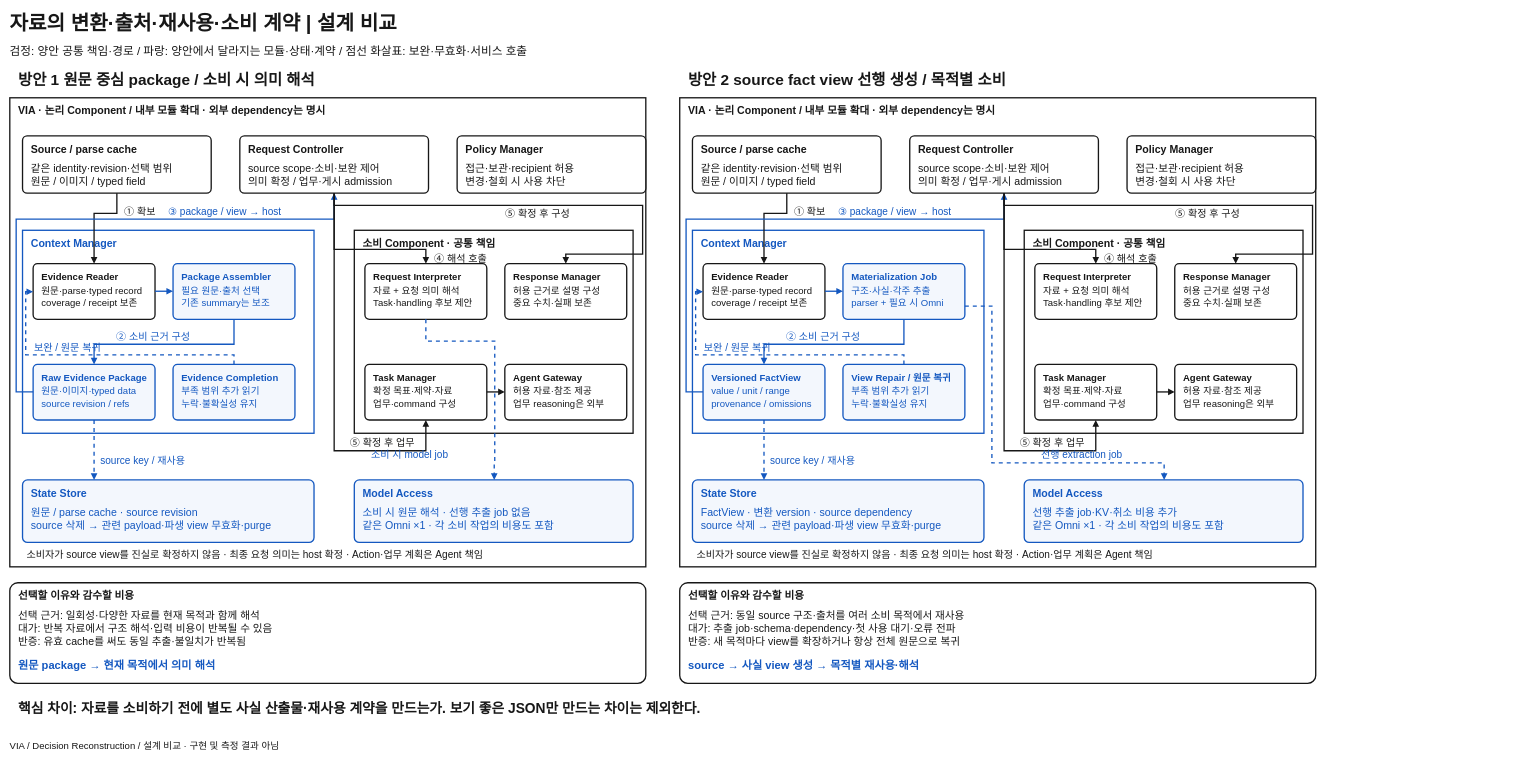
Above: docs/architecture/12-decisions/decision-packages/diagrams/context-representation-pipeline-comparison.drawio in cbyche/via-sw-architecture (draw.io), before the change. Source tidied: cells renumbered, new cells numbered last; positions are measured from the earlier drawing's top-left corner, leaving out a move shared by most shapes. Both pictures are drawn from the tidied source at 53%, with x=0, y=0 at pixel (10, 9).
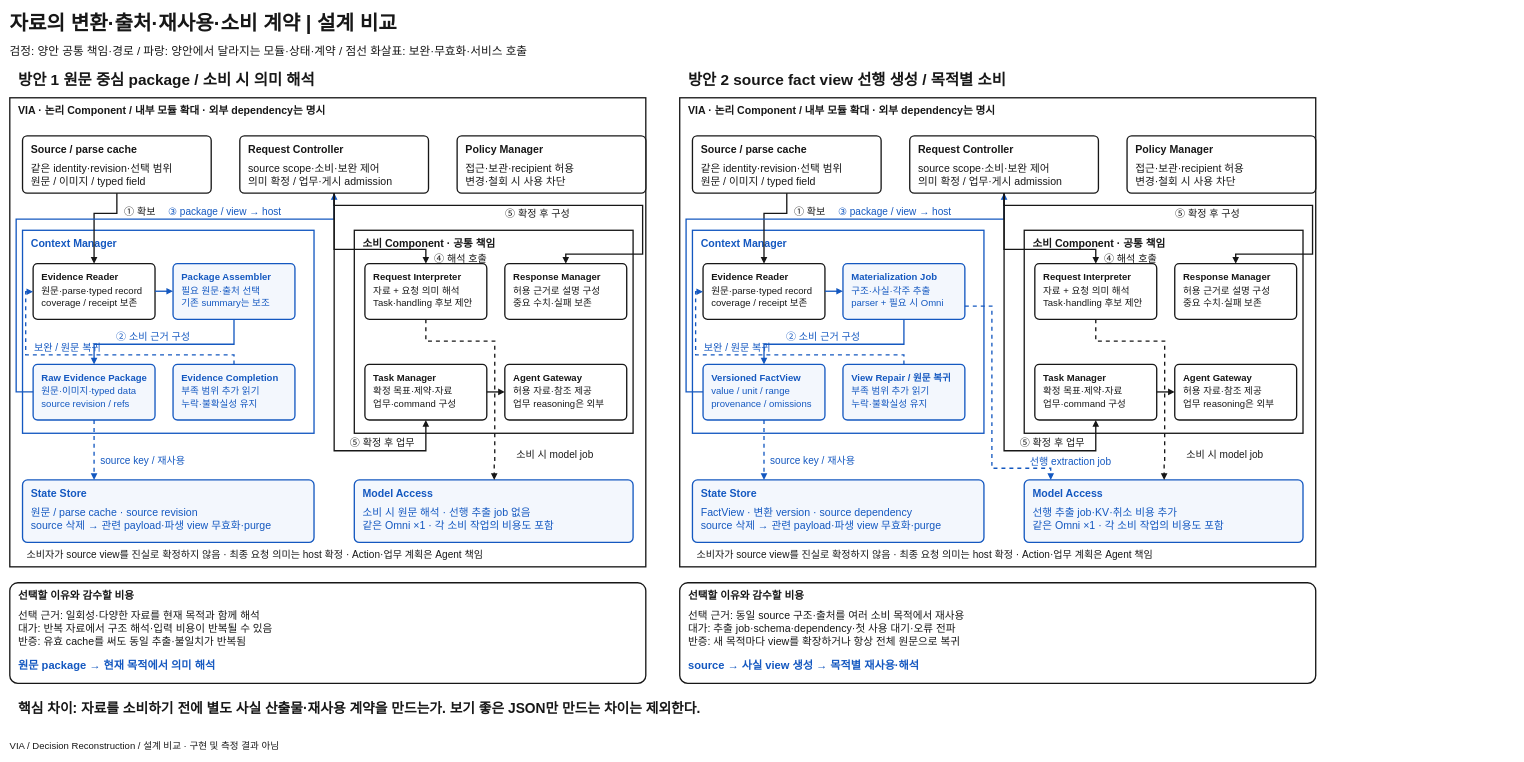
After the change.

The change refers to these unchanged cells:
```xml
<mxCell id="34" style="rounded=1;arcSize=8;html=1;fillColor=#F3F7FD;strokeColor=#1458C0;strokeWidth=2.5;" parent="2" vertex="1">
  <mxGeometry x="650" y="721" width="526" height="118" as="geometry" />
</mxCell>
<mxCell id="39" style="rounded=1;arcSize=8;html=1;fillColor=#F3F7FD;strokeColor=#1458C0;strokeWidth=2.5;" parent="4" vertex="1">
  <mxGeometry x="650" y="721" width="526" height="118" as="geometry" />
</mxCell>
<mxCell id="90" style="rounded=1;arcSize=8;html=1;fillColor=#FFFFFF;strokeColor=#171717;strokeWidth=2.5;" parent="20" vertex="1">
  <mxGeometry x="20" y="63" width="230" height="105" as="geometry" />
</mxCell>
<mxCell id="110" style="rounded=1;arcSize=8;html=1;fillColor=#F3F7FD;strokeColor=#1458C0;strokeWidth=2.5;" parent="18" vertex="1">
  <mxGeometry x="284" y="63" width="230" height="105" as="geometry" />
</mxCell>
<mxCell id="122" style="rounded=1;arcSize=8;html=1;fillColor=#FFFFFF;strokeColor=#171717;strokeWidth=2.5;" parent="22" vertex="1">
  <mxGeometry x="20" y="63" width="230" height="105" as="geometry" />
</mxCell>
```

What changed in the source:
```diff
@@
-    <mxCell id="156" style="endArrow=block;endFill=1;strokeColor=#1458C0;strokeWidth=2.5;rounded=0;noEdgeStyle=1;dashed=1;exitX=0.5;exitY=1.0;exitPerimeter=0;entryX=0.5019011406844106;entryY=0.0;entryPerimeter=0;" parent="1" edge="1" source="90" target="34">
+    <mxCell id="156" style="endArrow=block;endFill=1;strokeColor=#171717;strokeWidth=2.5;rounded=0;noEdgeStyle=1;dashed=1;exitX=0.5;exitY=1.0;exitPerimeter=0;entryX=0.5019011406844106;entryY=0.0;entryPerimeter=0;" parent="1" edge="1" source="90" target="34">
       <mxGeometry relative="1" as="geometry">
         <Array as="points">
           <mxPoint x="785" y="626" />
           <mxPoint x="915" y="626" />
           <mxPoint x="915" y="856" />
           <mxPoint x="914" y="856" />
         </Array>
       </mxGeometry>
     </mxCell>
-    <mxCell id="157" value="소비 시 model job" style="text;html=1;whiteSpace=nowrap;overflow=visible;strokeColor=none;fillColor=none;fontColor=#1458C0;fontSize=19;fontStyle=0;fontFamily=Arial;align=left;verticalAlign=top;spacing=0;" parent="1" vertex="1">
-      <mxGeometry x="682" y="826" width="620" height="26" as="geometry" />
+    <mxCell id="157" value="소비 시 model job" style="text;html=1;whiteSpace=nowrap;overflow=visible;strokeColor=none;fillColor=none;fontColor=#171717;fontSize=19;fontStyle=0;fontFamily=Arial;align=left;verticalAlign=top;spacing=0;" parent="1" vertex="1">
+      <mxGeometry x="956" y="826" width="620" height="26" as="geometry" />
     </mxCell>
@@
-    <mxCell id="176" style="endArrow=block;endFill=1;strokeColor=#1458C0;strokeWidth=2.5;rounded=0;noEdgeStyle=1;dashed=1;exitX=1.0;exitY=0.7619047619047619;exitPerimeter=0;entryX=0.5019011406844106;entryY=0.0;entryPerimeter=0;" parent="1" edge="1" source="110" target="39">
+    <mxCell id="176" style="endArrow=block;endFill=1;strokeColor=#171717;strokeWidth=2.5;rounded=0;noEdgeStyle=1;dashed=1;exitX=0.5;exitY=1.0;exitPerimeter=0;entryX=0.5019011406844106;entryY=0.0;entryPerimeter=0;" parent="1" edge="1" source="122" target="39">
       <mxGeometry relative="1" as="geometry">
         <Array as="points">
-          <mxPoint x="1853" y="560" />
-          <mxPoint x="1853" y="856" />
+          <mxPoint x="2049" y="626" />
+          <mxPoint x="2179" y="626" />
+          <mxPoint x="2179" y="856" />
           <mxPoint x="2178" y="856" />
         </Array>
       </mxGeometry>
     </mxCell>
-    <mxCell id="177" value="선행 extraction job" style="text;html=1;whiteSpace=nowrap;overflow=visible;strokeColor=none;fillColor=none;fontColor=#1458C0;fontSize=19;fontStyle=0;fontFamily=Arial;align=left;verticalAlign=top;spacing=0;" parent="1" vertex="1">
-      <mxGeometry x="1946" y="826" width="620" height="26" as="geometry" />
+    <mxCell id="177" value="소비 시 model job" style="text;html=1;whiteSpace=nowrap;overflow=visible;strokeColor=none;fillColor=none;fontColor=#171717;fontSize=19;fontStyle=0;fontFamily=Arial;align=left;verticalAlign=top;spacing=0;" parent="1" vertex="1">
+      <mxGeometry x="2220" y="826" width="620" height="26" as="geometry" />
     </mxCell>
+    <mxCell id="188" style="endArrow=block;endFill=1;strokeColor=#1458C0;strokeWidth=2.5;rounded=0;noEdgeStyle=1;dashed=1;exitX=1.0;exitY=0.7619047619047619;exitPerimeter=0;entryX=0.09505703422053231;entryY=0.0;entryPerimeter=0;" parent="1" edge="1" source="110" target="39">
+      <mxGeometry relative="1" as="geometry">
+        <Array as="points">
+          <mxPoint x="1853" y="560" />
+          <mxPoint x="1853" y="866" />
+          <mxPoint x="1964" y="866" />
+        </Array>
+      </mxGeometry>
+    </mxCell>
+    <mxCell id="189" value="선행 extraction job" style="text;html=1;whiteSpace=nowrap;overflow=visible;strokeColor=none;fillColor=none;fontColor=#1458C0;fontSize=19;fontStyle=0;fontFamily=Arial;align=left;verticalAlign=top;spacing=0;" parent="1" vertex="1">
+      <mxGeometry x="1925" y="839" width="620" height="26" as="geometry" />
+    </mxCell>
```
